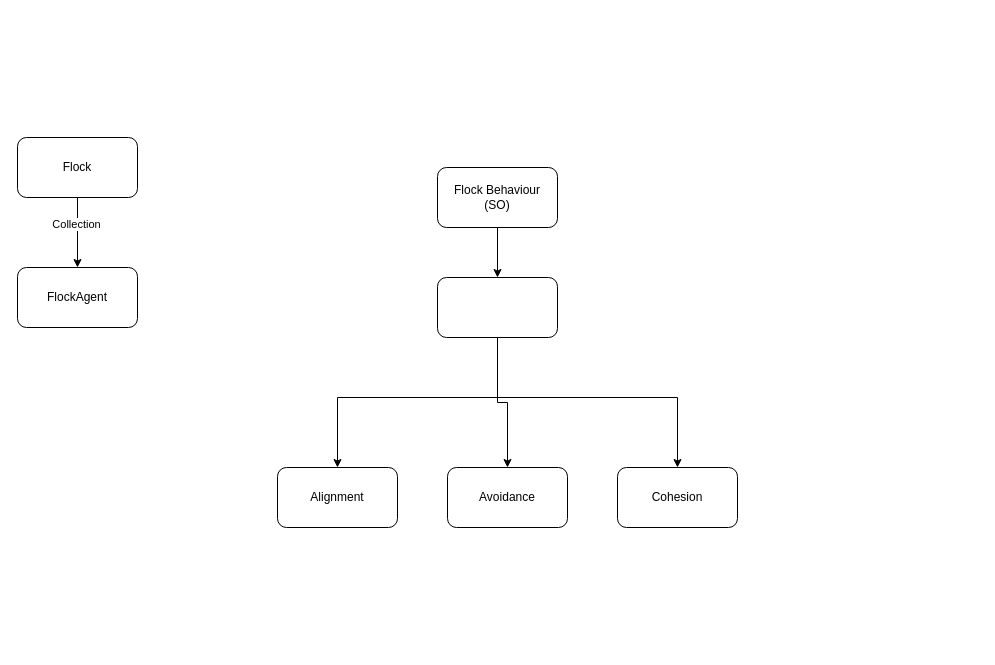
Above: Assets/classdia.drawio in CapelaGames/AI-Flocking-2022.1 (draw.io), before the change. Source tidied: cells renumbered, new cells numbered last; positions are measured from the earlier drawing's top-left corner, leaving out a move shared by most shapes. Both pictures are drawn from the tidied source at 100%, with x=0, y=0 at pixel (17, 137).
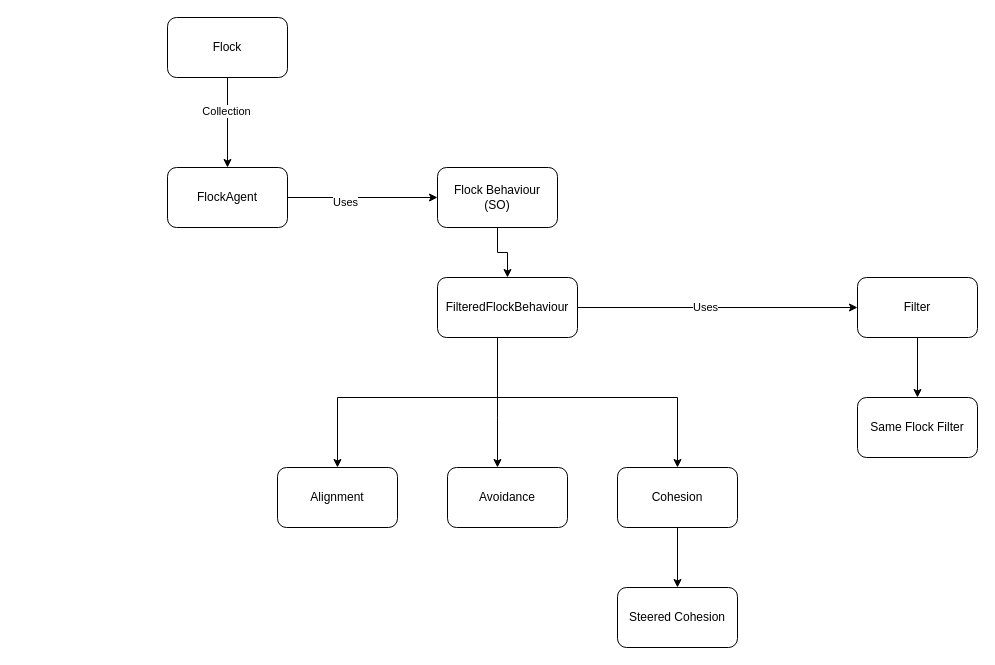
Above is the later version.

Unchanged cells that the change refers to:
```xml
<mxCell id="10" value="Avoidance" style="rounded=1;whiteSpace=wrap;html=1;" parent="1" vertex="1">
  <mxGeometry x="430" y="330" width="120" height="60" as="geometry" />
</mxCell>
<mxCell id="11" value="Cohesion" style="rounded=1;whiteSpace=wrap;html=1;" parent="1" vertex="1">
  <mxGeometry x="600" y="330" width="120" height="60" as="geometry" />
</mxCell>
<mxCell id="14" value="Flock Behaviour&lt;br&gt;(SO)" style="rounded=1;whiteSpace=wrap;html=1;" parent="1" vertex="1">
  <mxGeometry x="420" y="30" width="120" height="60" as="geometry" />
</mxCell>
```

Change to the diagram source:
```diff
@@
     <mxCell id="4" value="Flock" style="rounded=1;whiteSpace=wrap;html=1;" parent="1" vertex="1">
-      <mxGeometry width="120" height="60" as="geometry" />
+      <mxGeometry x="150" y="-120" width="120" height="60" as="geometry" />
     </mxCell>
@@
     <mxCell id="6" style="edgeStyle=orthogonalEdgeStyle;rounded=0;jettySize=auto;html=1;" parent="1" edge="1" source="8" target="10">
-      <mxGeometry relative="1" as="geometry" />
+      <mxGeometry relative="1" as="geometry">
+        <Array as="points">
+          <mxPoint x="480" y="280" />
+          <mxPoint x="480" y="280" />
+        </Array>
+      </mxGeometry>
     </mxCell>
@@
+    <mxCell id="15" style="edgeStyle=orthogonalEdgeStyle;rounded=0;jettySize=auto;html=1;" parent="1" edge="1" source="8" target="22">
+      <mxGeometry relative="1" as="geometry" />
+    </mxCell>
+    <mxCell id="16" value="Uses" style="edgeLabel;html=1;align=center;verticalAlign=middle;" parent="15" vertex="1">
+      <mxGeometry x="-0.09" y="1" relative="1" as="geometry" />
+    </mxCell>
-    <mxCell id="8" style="rounded=1;whiteSpace=wrap;html=1;" parent="1" vertex="1">
-      <mxGeometry x="420" y="140" width="120" height="60" as="geometry" />
+    <mxCell id="8" value="FilteredFlockBehaviour" style="rounded=1;whiteSpace=wrap;html=1;" parent="1" vertex="1">
+      <mxGeometry x="420" y="140" width="140" height="60" as="geometry" />
     </mxCell>
@@
+    <mxCell id="17" style="edgeStyle=orthogonalEdgeStyle;rounded=0;jettySize=auto;html=1;" parent="1" edge="1" source="11" target="20">
+      <mxGeometry relative="1" as="geometry" />
+    </mxCell>
@@
+    <mxCell id="18" style="edgeStyle=orthogonalEdgeStyle;rounded=0;jettySize=auto;html=1;" parent="1" edge="1" source="12" target="14">
+      <mxGeometry relative="1" as="geometry" />
+    </mxCell>
+    <mxCell id="19" value="Uses" style="edgeLabel;html=1;align=center;verticalAlign=middle;" parent="18" vertex="1">
+      <mxGeometry x="-0.24" y="-4" relative="1" as="geometry" />
+    </mxCell>
     <mxCell id="12" value="FlockAgent" style="rounded=1;whiteSpace=wrap;html=1;" parent="1" vertex="1">
-      <mxGeometry y="130" width="120" height="60" as="geometry" />
+      <mxGeometry x="150" y="30" width="120" height="60" as="geometry" />
     </mxCell>
@@
+    <mxCell id="20" value="Steered Cohesion" style="rounded=1;whiteSpace=wrap;html=1;" parent="1" vertex="1">
+      <mxGeometry x="600" y="450" width="120" height="60" as="geometry" />
+    </mxCell>
+    <mxCell id="21" style="edgeStyle=orthogonalEdgeStyle;rounded=0;jettySize=auto;html=1;" parent="1" edge="1" source="22" target="23">
+      <mxGeometry relative="1" as="geometry" />
+    </mxCell>
+    <mxCell id="22" value="Filter" style="rounded=1;whiteSpace=wrap;html=1;" parent="1" vertex="1">
+      <mxGeometry x="840" y="140" width="120" height="60" as="geometry" />
+    </mxCell>
+    <mxCell id="23" value="Same Flock Filter" style="rounded=1;whiteSpace=wrap;html=1;" parent="1" vertex="1">
+      <mxGeometry x="840" y="260" width="120" height="60" as="geometry" />
+    </mxCell>
```
